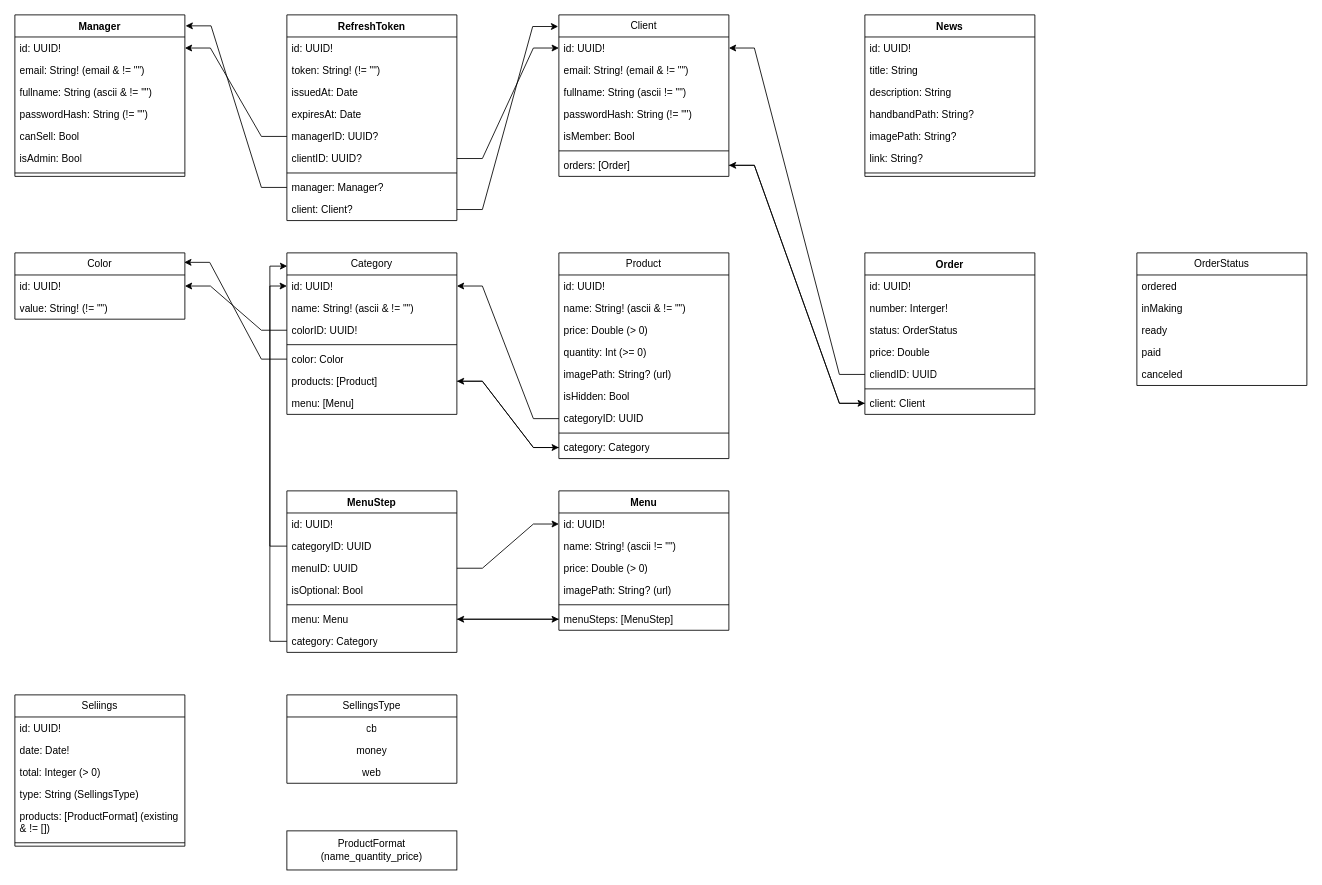
Earlier version of the draw.io diagram Diagramme sans nom.drawio (FlorianClaisse/drawio). Source tidied: cells renumbered, new cells numbered last; positions are measured from the earlier drawing's top-left corner, leaving out a move shared by most shapes. Both pictures are drawn from the tidied source at 85%, with x=0, y=0 at pixel (14, 14).
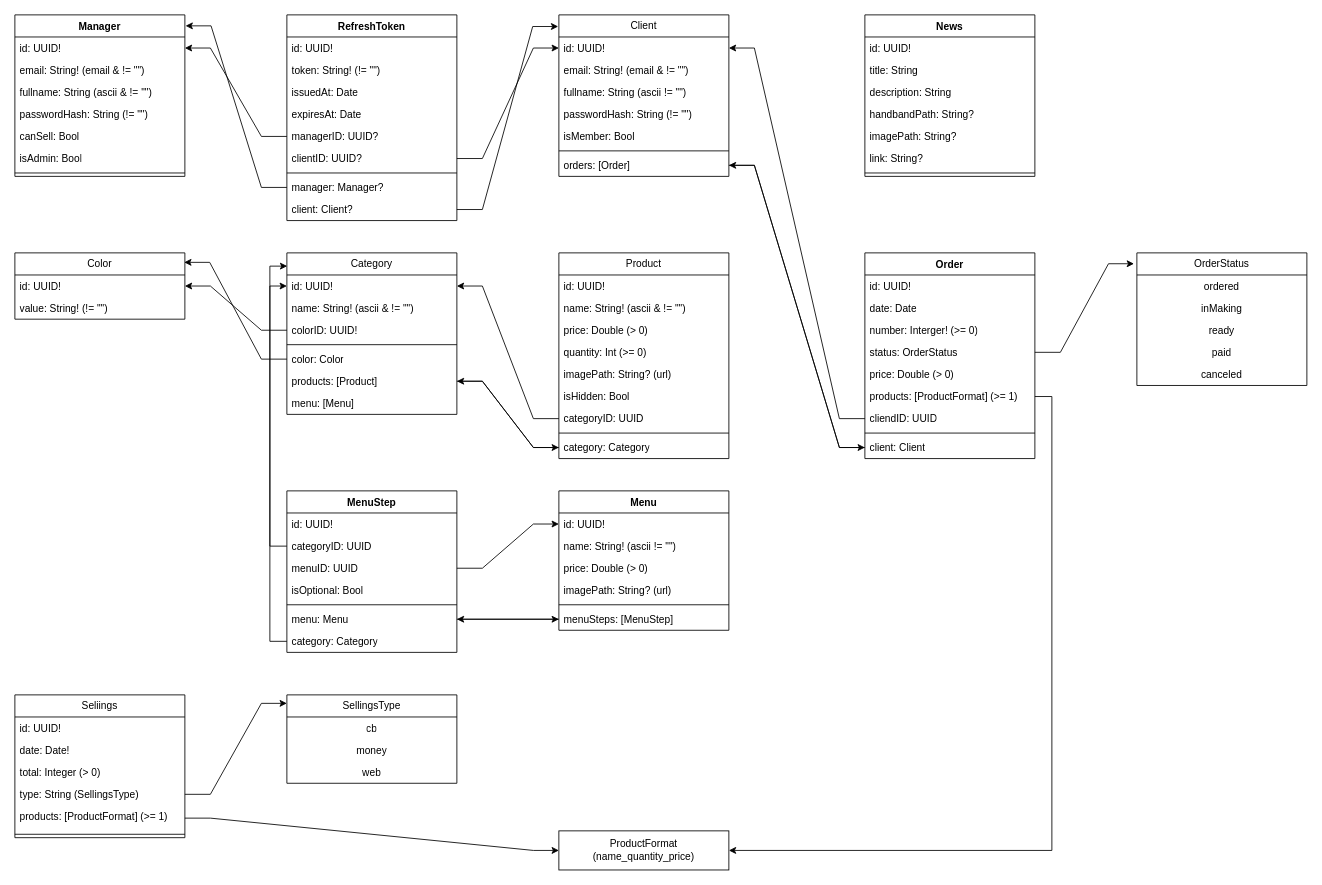
Above is the later version.

Commit message:
Mettre à jour Diagramme sans nom.drawio

Unchanged cells that the change refers to:
```xml
<mxCell id="90" value="type: String (SellingsType)" style="text;strokeColor=none;fillColor=none;align=left;verticalAlign=top;spacingLeft=4;spacingRight=4;overflow=hidden;points=[[0,0.5],[1,0.5]];portConstraint=eastwest;whiteSpace=wrap;html=1;" parent="86" vertex="1">
  <mxGeometry y="104" width="200" height="26" as="geometry" />
</mxCell>
<mxCell id="93" value="SellingsType" style="swimlane;fontStyle=0;horizontal=1;startSize=26;fillColor=none;whiteSpace=wrap;html=1;" parent="1" vertex="1">
  <mxGeometry x="320" y="800" width="200" height="104" as="geometry" />
</mxCell>
<mxCell id="106" value="OrderStatus" style="swimlane;fontStyle=0;horizontal=1;startSize=26;fillColor=none;whiteSpace=wrap;html=1;" parent="1" vertex="1">
  <mxGeometry x="1320" y="280" width="200" height="156" as="geometry" />
</mxCell>
```

Diff of the diagram source:
```diff
@@
     <mxCell id="86" value="Seliings" style="swimlane;fontStyle=0;horizontal=1;startSize=26;fillColor=none;whiteSpace=wrap;html=1;" parent="1" vertex="1">
-      <mxGeometry y="800" width="200" height="178" as="geometry" />
+      <mxGeometry y="800" width="200" height="168" as="geometry" />
     </mxCell>
@@
-    <mxCell id="91" value="products: [ProductFormat] (existing &amp;amp; != []) " style="text;strokeColor=none;fillColor=none;align=left;verticalAlign=top;spacingLeft=4;spacingRight=4;overflow=hidden;points=[[0,0.5],[1,0.5]];portConstraint=eastwest;whiteSpace=wrap;html=1;" parent="86" vertex="1">
-      <mxGeometry y="130" width="200" height="40" as="geometry" />
+    <mxCell id="91" value="products: [ProductFormat] (&amp;gt;= 1) " style="text;strokeColor=none;fillColor=none;align=left;verticalAlign=top;spacingLeft=4;spacingRight=4;overflow=hidden;points=[[0,0.5],[1,0.5]];portConstraint=eastwest;whiteSpace=wrap;html=1;" parent="86" vertex="1">
+      <mxGeometry y="130" width="200" height="30" as="geometry" />
     </mxCell>
     <mxCell id="92" style="line;strokeWidth=1;fillColor=none;align=left;verticalAlign=middle;spacingTop=-1;spacingLeft=3;spacingRight=3;labelPosition=right;strokeColor=inherit;" parent="86" vertex="1">
-      <mxGeometry y="170" width="200" height="8" as="geometry" />
+      <mxGeometry y="160" width="200" height="8" as="geometry" />
     </mxCell>
@@
     <mxCell id="97" value="ProductFormat (name_quantity_price)" style="html=1;whiteSpace=wrap;" parent="1" vertex="1">
-      <mxGeometry x="320" y="960" width="200" height="46" as="geometry" />
+      <mxGeometry x="640" y="960" width="200" height="46" as="geometry" />
     </mxCell>
     <mxCell id="98" value="Order" style="swimlane;fontStyle=1;align=center;verticalAlign=top;horizontal=1;startSize=26;whiteSpace=wrap;html=1;" parent="1" vertex="1">
-      <mxGeometry x="1000" y="280" width="200" height="190" as="geometry" />
+      <mxGeometry x="1000" y="280" width="200" height="242" as="geometry" />
     </mxCell>
@@
+    <mxCell id="115" value="date: Date" style="text;strokeColor=none;fillColor=none;align=left;verticalAlign=top;spacingLeft=4;spacingRight=4;overflow=hidden;whiteSpace=wrap;html=1;" parent="98" vertex="1">
+      <mxGeometry y="52" width="200" height="26" as="geometry" />
+    </mxCell>
-    <mxCell id="100" value="number: Interger!" style="text;strokeColor=none;fillColor=none;align=left;verticalAlign=top;spacingLeft=4;spacingRight=4;overflow=hidden;whiteSpace=wrap;html=1;" parent="98" vertex="1">
-      <mxGeometry y="52" width="200" height="26" as="geometry" />
+    <mxCell id="100" value="number: Interger! (&amp;gt;= 0)" style="text;strokeColor=none;fillColor=none;align=left;verticalAlign=top;spacingLeft=4;spacingRight=4;overflow=hidden;whiteSpace=wrap;html=1;" parent="98" vertex="1">
+      <mxGeometry y="78" width="200" height="26" as="geometry" />
     </mxCell>
     <mxCell id="101" value="status: OrderStatus" style="text;strokeColor=none;fillColor=none;align=left;verticalAlign=top;spacingLeft=4;spacingRight=4;overflow=hidden;points=[[0,0.5],[1,0.5]];portConstraint=eastwest;whiteSpace=wrap;html=1;" parent="98" vertex="1">
-      <mxGeometry y="78" width="200" height="26" as="geometry" />
+      <mxGeometry y="104" width="200" height="26" as="geometry" />
     </mxCell>
-    <mxCell id="102" value="price: Double" style="text;strokeColor=none;fillColor=none;align=left;verticalAlign=top;spacingLeft=4;spacingRight=4;overflow=hidden;whiteSpace=wrap;html=1;" parent="98" vertex="1">
-      <mxGeometry y="104" width="200" height="26" as="geometry" />
+    <mxCell id="102" value="price: Double (&amp;gt; 0)" style="text;strokeColor=none;fillColor=none;align=left;verticalAlign=top;spacingLeft=4;spacingRight=4;overflow=hidden;whiteSpace=wrap;html=1;" parent="98" vertex="1">
+      <mxGeometry y="130" width="200" height="26" as="geometry" />
     </mxCell>
+    <mxCell id="116" value="products: [ProductFormat] (&amp;gt;= 1)" style="text;strokeColor=none;fillColor=none;align=left;verticalAlign=top;spacingLeft=4;spacingRight=4;overflow=hidden;points=[[0,0.5],[1,0.5]];portConstraint=eastwest;whiteSpace=wrap;html=1;" parent="98" vertex="1">
+      <mxGeometry y="156" width="200" height="26" as="geometry" />
+    </mxCell>
     <mxCell id="103" value="cliendID: UUID" style="text;strokeColor=none;fillColor=none;align=left;verticalAlign=top;spacingLeft=4;spacingRight=4;overflow=hidden;points=[[0,0.5],[1,0.5]];portConstraint=eastwest;whiteSpace=wrap;html=1;" parent="98" vertex="1">
-      <mxGeometry y="130" width="200" height="26" as="geometry" />
+      <mxGeometry y="182" width="200" height="26" as="geometry" />
     </mxCell>
     <mxCell id="104" style="line;strokeWidth=1;fillColor=none;align=left;verticalAlign=middle;spacingTop=-1;spacingLeft=3;spacingRight=3;labelPosition=right;strokeColor=inherit;" parent="98" vertex="1">
-      <mxGeometry y="156" width="200" height="8" as="geometry" />
+      <mxGeometry y="208" width="200" height="8" as="geometry" />
     </mxCell>
     <mxCell id="105" value="client: Client" style="text;strokeColor=none;fillColor=none;align=left;verticalAlign=top;spacingLeft=4;spacingRight=4;overflow=hidden;points=[[0,0.5],[1,0.5]];portConstraint=eastwest;whiteSpace=wrap;html=1;" parent="98" vertex="1">
-      <mxGeometry y="164" width="200" height="26" as="geometry" />
+      <mxGeometry y="216" width="200" height="26" as="geometry" />
     </mxCell>
@@
-    <mxCell id="107" value="ordered" style="text;strokeColor=none;fillColor=none;align=left;verticalAlign=top;spacingLeft=4;spacingRight=4;overflow=hidden;whiteSpace=wrap;html=1;" parent="106" vertex="1">
+    <mxCell id="107" value="ordered" style="text;strokeColor=none;fillColor=none;align=center;verticalAlign=top;spacingLeft=4;spacingRight=4;overflow=hidden;whiteSpace=wrap;html=1;" parent="106" vertex="1">
       <mxGeometry y="26" width="200" height="26" as="geometry" />
     </mxCell>
-    <mxCell id="108" value="inMaking" style="text;strokeColor=none;fillColor=none;align=left;verticalAlign=top;spacingLeft=4;spacingRight=4;overflow=hidden;whiteSpace=wrap;html=1;" parent="106" vertex="1">
+    <mxCell id="108" value="inMaking" style="text;strokeColor=none;fillColor=none;align=center;verticalAlign=top;spacingLeft=4;spacingRight=4;overflow=hidden;whiteSpace=wrap;html=1;" parent="106" vertex="1">
       <mxGeometry y="52" width="200" height="26" as="geometry" />
     </mxCell>
-    <mxCell id="109" value="ready" style="text;strokeColor=none;fillColor=none;align=left;verticalAlign=top;spacingLeft=4;spacingRight=4;overflow=hidden;whiteSpace=wrap;html=1;" parent="106" vertex="1">
+    <mxCell id="109" value="ready" style="text;strokeColor=none;fillColor=none;align=center;verticalAlign=top;spacingLeft=4;spacingRight=4;overflow=hidden;whiteSpace=wrap;html=1;" parent="106" vertex="1">
       <mxGeometry y="78" width="200" height="26" as="geometry" />
     </mxCell>
-    <mxCell id="110" value="paid" style="text;strokeColor=none;fillColor=none;align=left;verticalAlign=top;spacingLeft=4;spacingRight=4;overflow=hidden;whiteSpace=wrap;html=1;" parent="106" vertex="1">
+    <mxCell id="110" value="paid" style="text;strokeColor=none;fillColor=none;align=center;verticalAlign=top;spacingLeft=4;spacingRight=4;overflow=hidden;whiteSpace=wrap;html=1;" parent="106" vertex="1">
       <mxGeometry y="104" width="200" height="26" as="geometry" />
     </mxCell>
-    <mxCell id="111" value="canceled" style="text;strokeColor=none;fillColor=none;align=left;verticalAlign=top;spacingLeft=4;spacingRight=4;overflow=hidden;whiteSpace=wrap;html=1;" parent="106" vertex="1">
+    <mxCell id="111" value="canceled" style="text;strokeColor=none;fillColor=none;align=center;verticalAlign=top;spacingLeft=4;spacingRight=4;overflow=hidden;whiteSpace=wrap;html=1;" parent="106" vertex="1">
       <mxGeometry y="130" width="200" height="26" as="geometry" />
     </mxCell>
@@
+    <mxCell id="117" style="rounded=0;jettySize=auto;html=1;exitX=1;exitY=0.5;exitDx=0;exitDy=0;entryX=1;entryY=0.5;entryDx=0;entryDy=0;edgeStyle=orthogonalEdgeStyle;" parent="1" edge="1" source="116" target="97">
+      <mxGeometry relative="1" as="geometry" />
+    </mxCell>
+    <mxCell id="118" style="edgeStyle=entityRelationEdgeStyle;rounded=0;jettySize=auto;html=1;exitX=1;exitY=0.5;exitDx=0;exitDy=0;entryX=0;entryY=0.096;entryDx=0;entryDy=0;entryPerimeter=0;" parent="1" edge="1" source="90" target="93">
+      <mxGeometry relative="1" as="geometry" />
+    </mxCell>
+    <mxCell id="119" style="edgeStyle=entityRelationEdgeStyle;rounded=0;jettySize=auto;html=1;exitX=1;exitY=0.5;exitDx=0;exitDy=0;entryX=0;entryY=0.5;entryDx=0;entryDy=0;" parent="1" edge="1" source="91" target="97">
+      <mxGeometry relative="1" as="geometry" />
+    </mxCell>
+    <mxCell id="120" style="edgeStyle=entityRelationEdgeStyle;rounded=0;jettySize=auto;html=1;exitX=1;exitY=0.5;exitDx=0;exitDy=0;entryX=-0.017;entryY=0.082;entryDx=0;entryDy=0;entryPerimeter=0;" parent="1" edge="1" source="101" target="106">
+      <mxGeometry relative="1" as="geometry" />
+    </mxCell>
```
